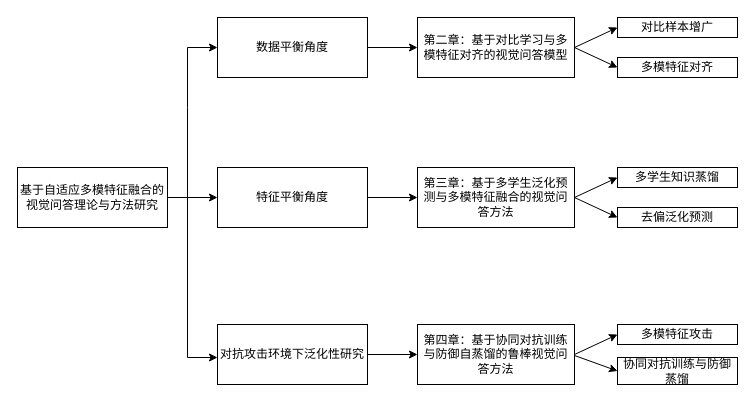
Before: 未命名绘图.drawio in 156aasdfg/CFT-VQA, a draw.io diagram. Source tidied: cells renumbered, new cells numbered last; positions are measured from the earlier drawing's top-left corner, leaving out a move shared by most shapes. Both pictures are drawn from the tidied source at 100%, with x=0, y=0 at pixel (17, 17).
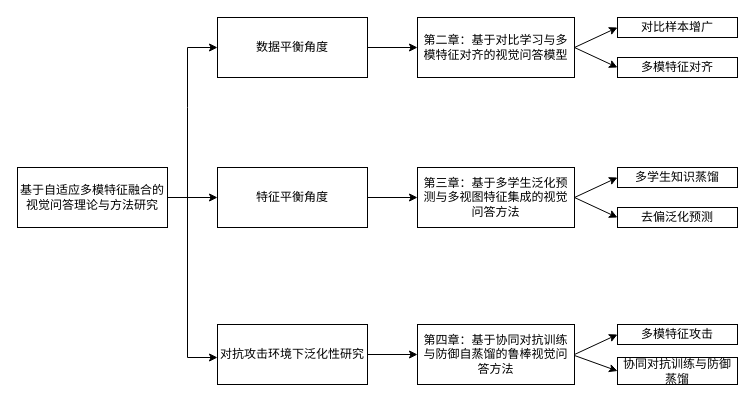
After the change.

Commit message:
更新未命名绘图.drawio

The edit, as a diff of the source:
```diff
@@
-    <mxCell id="10" value="第三章：基于多学生泛化预测与多模特征融合的视觉问答方法" style="rounded=0;whiteSpace=wrap;html=1;" parent="1" vertex="1">
+    <mxCell id="10" value="第三章：基于多学生泛化预测与多视图特征集成的视觉问答方法" style="rounded=0;whiteSpace=wrap;html=1;" parent="1" vertex="1">
       <mxGeometry x="400" y="150" width="157" height="60" as="geometry" />
     </mxCell>
```
